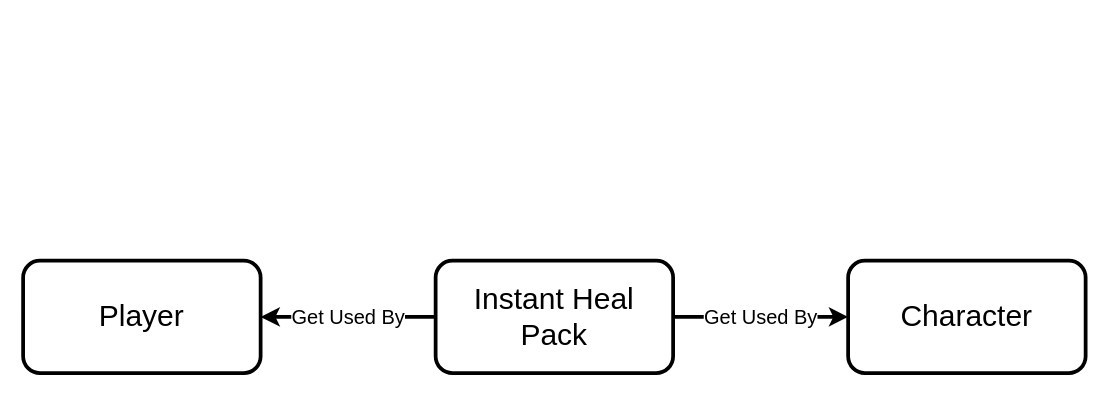
The draw.io diagram Pictures/crs/crc 14.drawio in FM-Man/SPL_2, before the edit. Source tidied: cells renumbered, new cells numbered last; positions are measured from the earlier drawing's top-left corner, leaving out a move shared by most shapes. Both pictures are drawn from the tidied source at 125%, with x=0, y=0 at pixel (22, 260).
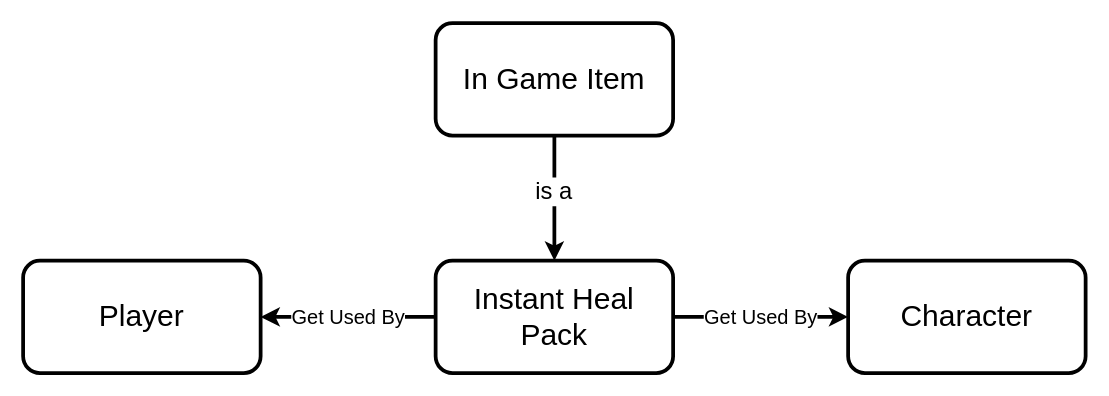
The same diagram, later.

Diff of the diagram source:
```diff
@@
 <mxGraphModel>
   <root>
     <mxCell id="0" />
     <mxCell id="1" parent="0" />
     <mxCell id="2" value="Get Used By" style="edgeStyle=orthogonalEdgeStyle;rounded=0;jettySize=auto;html=1;exitX=0;exitY=0.5;exitDx=0;exitDy=0;fontSize=16;strokeWidth=3;" parent="1" edge="1" source="4" target="5">
       <mxGeometry relative="1" as="geometry" />
     </mxCell>
     <mxCell id="3" value="Get Used By" style="edgeStyle=orthogonalEdgeStyle;rounded=0;jettySize=auto;html=1;exitX=1;exitY=0.5;exitDx=0;exitDy=0;entryX=0;entryY=0.5;entryDx=0;entryDy=0;fontSize=16;strokeWidth=3;" parent="1" edge="1" source="4" target="6">
       <mxGeometry relative="1" as="geometry" />
     </mxCell>
     <mxCell id="4" value="&lt;font style=&quot;font-size: 24px&quot;&gt;Instant Heal Pack&lt;br&gt;&lt;/font&gt;" style="rounded=1;whiteSpace=wrap;html=1;strokeWidth=3;" parent="1" vertex="1">
       <mxGeometry x="330" width="190" height="90" as="geometry" />
     </mxCell>
     <mxCell id="5" value="&lt;font style=&quot;font-size: 24px&quot;&gt;Player&lt;/font&gt;" style="rounded=1;whiteSpace=wrap;html=1;strokeWidth=3;" parent="1" vertex="1">
       <mxGeometry width="190" height="90" as="geometry" />
     </mxCell>
     <mxCell id="6" value="&lt;font style=&quot;font-size: 24px&quot;&gt;Character&lt;/font&gt;" style="rounded=1;whiteSpace=wrap;html=1;strokeWidth=3;" parent="1" vertex="1">
       <mxGeometry x="660" width="190" height="90" as="geometry" />
     </mxCell>
+    <mxCell id="7" style="edgeStyle=orthogonalEdgeStyle;rounded=0;jettySize=auto;html=1;entryX=0.5;entryY=0;entryDx=0;entryDy=0;fontSize=19;strokeWidth=3;" parent="1" edge="1" source="8" target="4">
+      <mxGeometry relative="1" as="geometry" />
+    </mxCell>
+    <mxCell id="8" value="&lt;font style=&quot;font-size: 24px&quot;&gt;In Game Item&lt;br&gt;&lt;/font&gt;" style="rounded=1;whiteSpace=wrap;html=1;strokeWidth=3;" parent="1" vertex="1">
+      <mxGeometry x="330" y="-190" width="190" height="90" as="geometry" />
+    </mxCell>
+    <mxCell id="9" value="is a" style="text;html=1;strokeColor=none;fillColor=none;align=center;verticalAlign=middle;whiteSpace=wrap;rounded=0;labelBackgroundColor=default;fontSize=19;" parent="1" vertex="1">
+      <mxGeometry x="395" y="-70" width="60" height="30" as="geometry" />
+    </mxCell>
   </root>
 </mxGraphModel>
```
